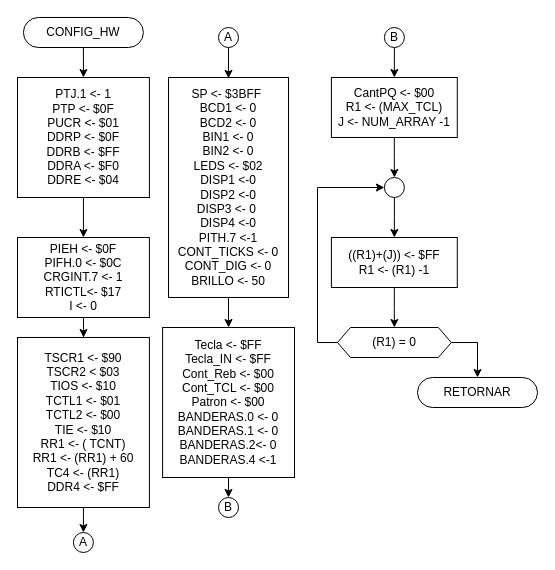
moisotico/Microprocesadores keeps this draw.io diagram as Tareas/T5/diagramas/drawio/CONFIG_HW.drawio. Above is the earlier version. Source tidied: cells renumbered, new cells numbered last; positions are measured from the earlier drawing's top-left corner, leaving out a move shared by most shapes. Both pictures are drawn from the tidied source at 100%, with x=0, y=0 at pixel (17, 17).
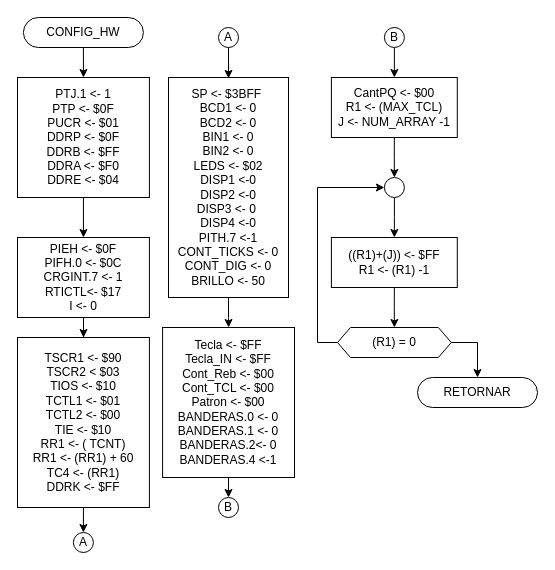
Above is the later version.

Change to the diagram source:
```diff
@@
-    <mxCell id="11" value="&lt;span&gt;TSCR1 &amp;lt;- $90&lt;br&gt;TSCR2 &amp;lt; $03&lt;br&gt;TIOS &amp;lt;- $10&lt;br&gt;TCTL1 &amp;lt;- $01&lt;br&gt;&lt;/span&gt;TCTL2 &amp;lt;- $00&lt;br&gt;&lt;span&gt;TIE &amp;lt;- $10&lt;br&gt;RR1 &amp;lt;- ( TCNT)&lt;br&gt;RR1 &amp;lt;- (RR1) + 60&lt;br&gt;TC4 &amp;lt;- (RR1)&lt;br&gt;DDR4 &amp;lt;- $FF&lt;br&gt;&lt;/span&gt;" style="rounded=0;whiteSpace=wrap;html=1;" parent="1" vertex="1">
+    <mxCell id="11" value="&lt;span&gt;TSCR1 &amp;lt;- $90&lt;br&gt;TSCR2 &amp;lt; $03&lt;br&gt;TIOS &amp;lt;- $10&lt;br&gt;TCTL1 &amp;lt;- $01&lt;br&gt;&lt;/span&gt;TCTL2 &amp;lt;- $00&lt;br&gt;&lt;span&gt;TIE &amp;lt;- $10&lt;br&gt;RR1 &amp;lt;- ( TCNT)&lt;br&gt;RR1 &amp;lt;- (RR1) + 60&lt;br&gt;TC4 &amp;lt;- (RR1)&lt;br&gt;DDRK &amp;lt;- $FF&lt;br&gt;&lt;/span&gt;" style="rounded=0;whiteSpace=wrap;html=1;" parent="1" vertex="1">
       <mxGeometry y="320" width="131.9" height="170" as="geometry" />
     </mxCell>
```
